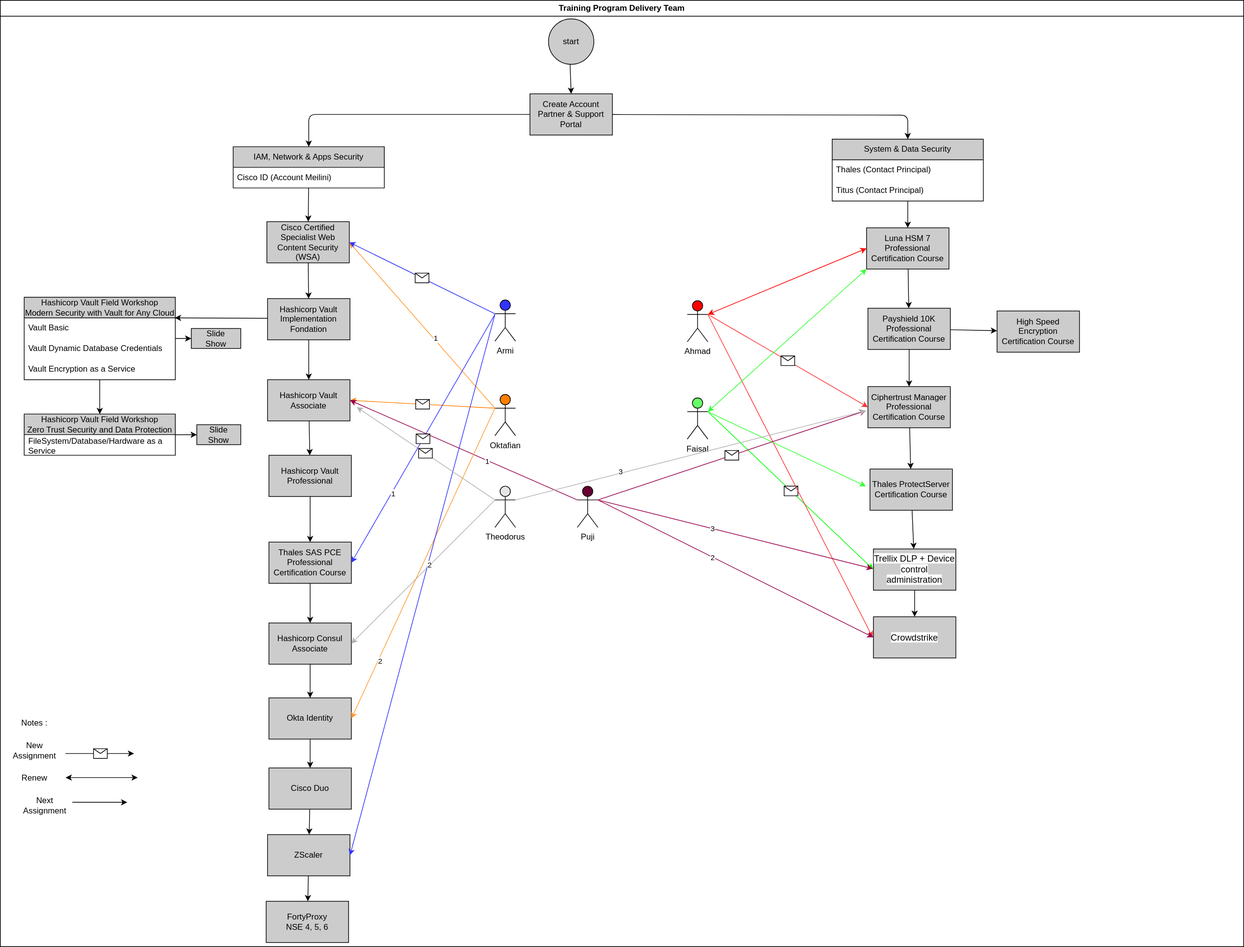
Before: Reference/Training_Program_Delivery_Team.drawio.svg, a diagram exported from draw.io (pujiriawan/Publish_Progress_Training). Source tidied: cells renumbered, new cells last; positions are measured from the earlier drawing's top-left corner, leaving out a move shared by most shapes.
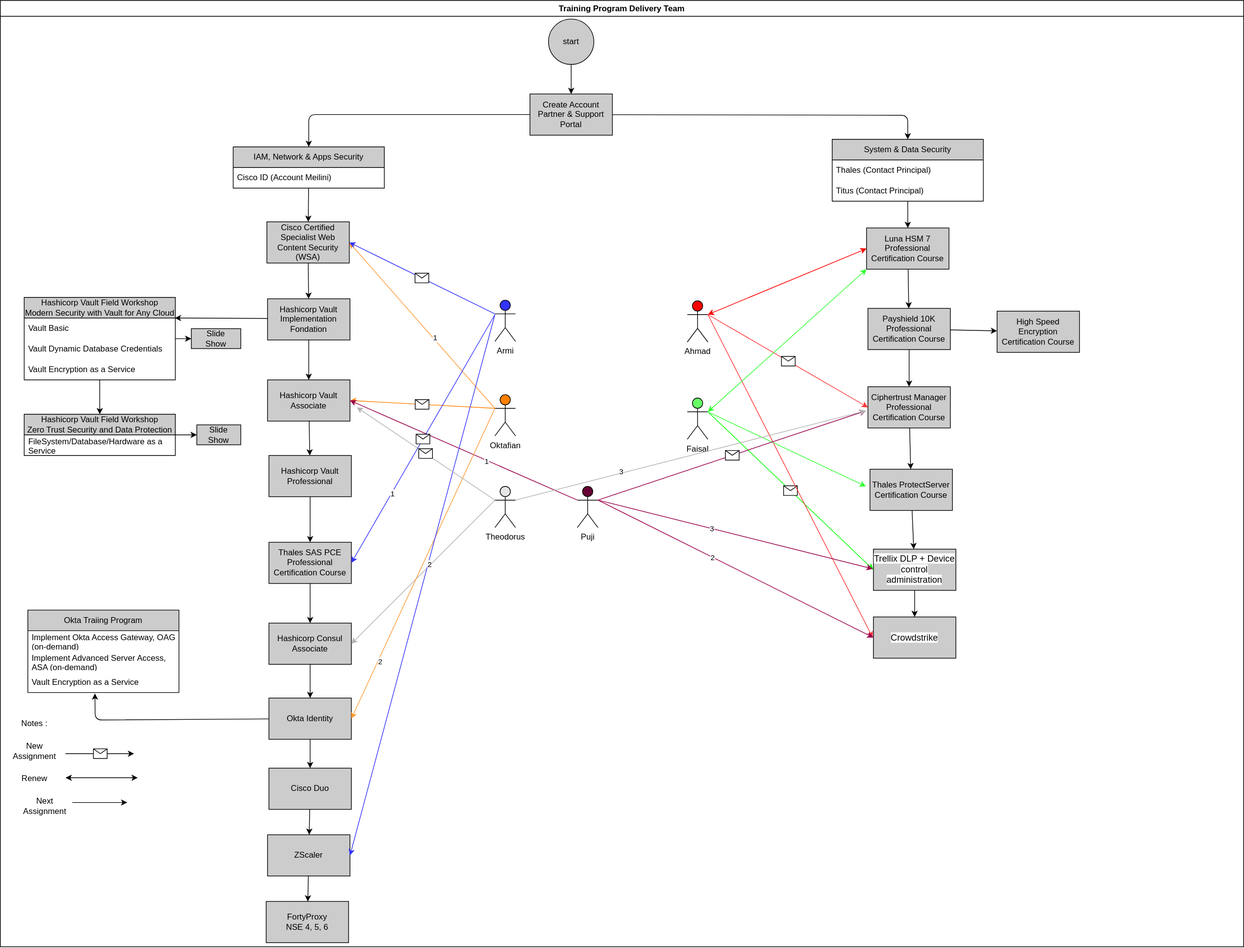
Later version of the same file.

Commit message:
update roadmap plaing training team delivery

Diff of the diagram source:
```diff
@@ -249,6 +249,13 @@
     <mxCell id="73" style="edgeStyle=none;html=1;strokeColor=#000000;fillColor=#99004D;" parent="2" edge="1" source="74" target="88">
       <mxGeometry relative="1" as="geometry" />
     </mxCell>
+    <mxCell id="107" style="edgeStyle=none;html=1;entryX=0.444;entryY=1.046;entryDx=0;entryDy=0;entryPerimeter=0;" parent="2" edge="1" source="74" target="111">
+      <mxGeometry relative="1" as="geometry">
+        <Array as="points">
+          <mxPoint x="138" y="1047" />
+        </Array>
+      </mxGeometry>
+    </mxCell>
     <mxCell id="74" value="Okta Identity" style="whiteSpace=wrap;html=1;fillColor=#CCCCCC;" parent="2" vertex="1">
       <mxGeometry x="391" y="1015" width="120" height="60" as="geometry" />
     </mxCell>
@@ -294,6 +301,18 @@
     <mxCell id="88" value="Cisco Duo" style="whiteSpace=wrap;html=1;fillColor=#CCCCCC;" parent="2" vertex="1">
       <mxGeometry x="391" y="1117" width="120" height="60" as="geometry" />
     </mxCell>
+    <mxCell id="108" value="Okta Traiing Program" style="swimlane;fontStyle=0;horizontal=1;startSize=30;whiteSpace=wrap;html=1;fillColor=#CCCCCC;" parent="2" vertex="1">
+      <mxGeometry x="40" y="887" width="220" height="120" as="geometry" />
+    </mxCell>
+    <mxCell id="109" value="Implement Okta Access Gateway, OAG (on-demand)" style="text;strokeColor=none;fillColor=none;align=left;verticalAlign=middle;spacingLeft=4;spacingRight=4;overflow=hidden;whiteSpace=wrap;html=1;" parent="108" vertex="1">
+      <mxGeometry y="30" width="220" height="30" as="geometry" />
+    </mxCell>
+    <mxCell id="110" value="Implement Advanced Server Access, ASA (on-demand)" style="text;strokeColor=none;fillColor=none;align=left;verticalAlign=middle;spacingLeft=4;spacingRight=4;overflow=hidden;whiteSpace=wrap;html=1;" parent="108" vertex="1">
+      <mxGeometry y="60" width="220" height="30" as="geometry" />
+    </mxCell>
+    <mxCell id="111" value="Vault Encryption as a Service&amp;nbsp;" style="text;strokeColor=none;fillColor=none;align=left;verticalAlign=middle;spacingLeft=4;spacingRight=4;overflow=hidden;points=[[0,0.5],[1,0.5]];portConstraint=eastwest;whiteSpace=wrap;html=1;" parent="108" vertex="1">
+      <mxGeometry y="90" width="220" height="30" as="geometry" />
+    </mxCell>
     <mxCell id="89" value="Slide &lt;br&gt;Show" style="whiteSpace=wrap;html=1;fillColor=#CCCCCC;" parent="1" vertex="1">
       <mxGeometry x="278" y="477.5" width="72" height="29" as="geometry" />
     </mxCell>
```
